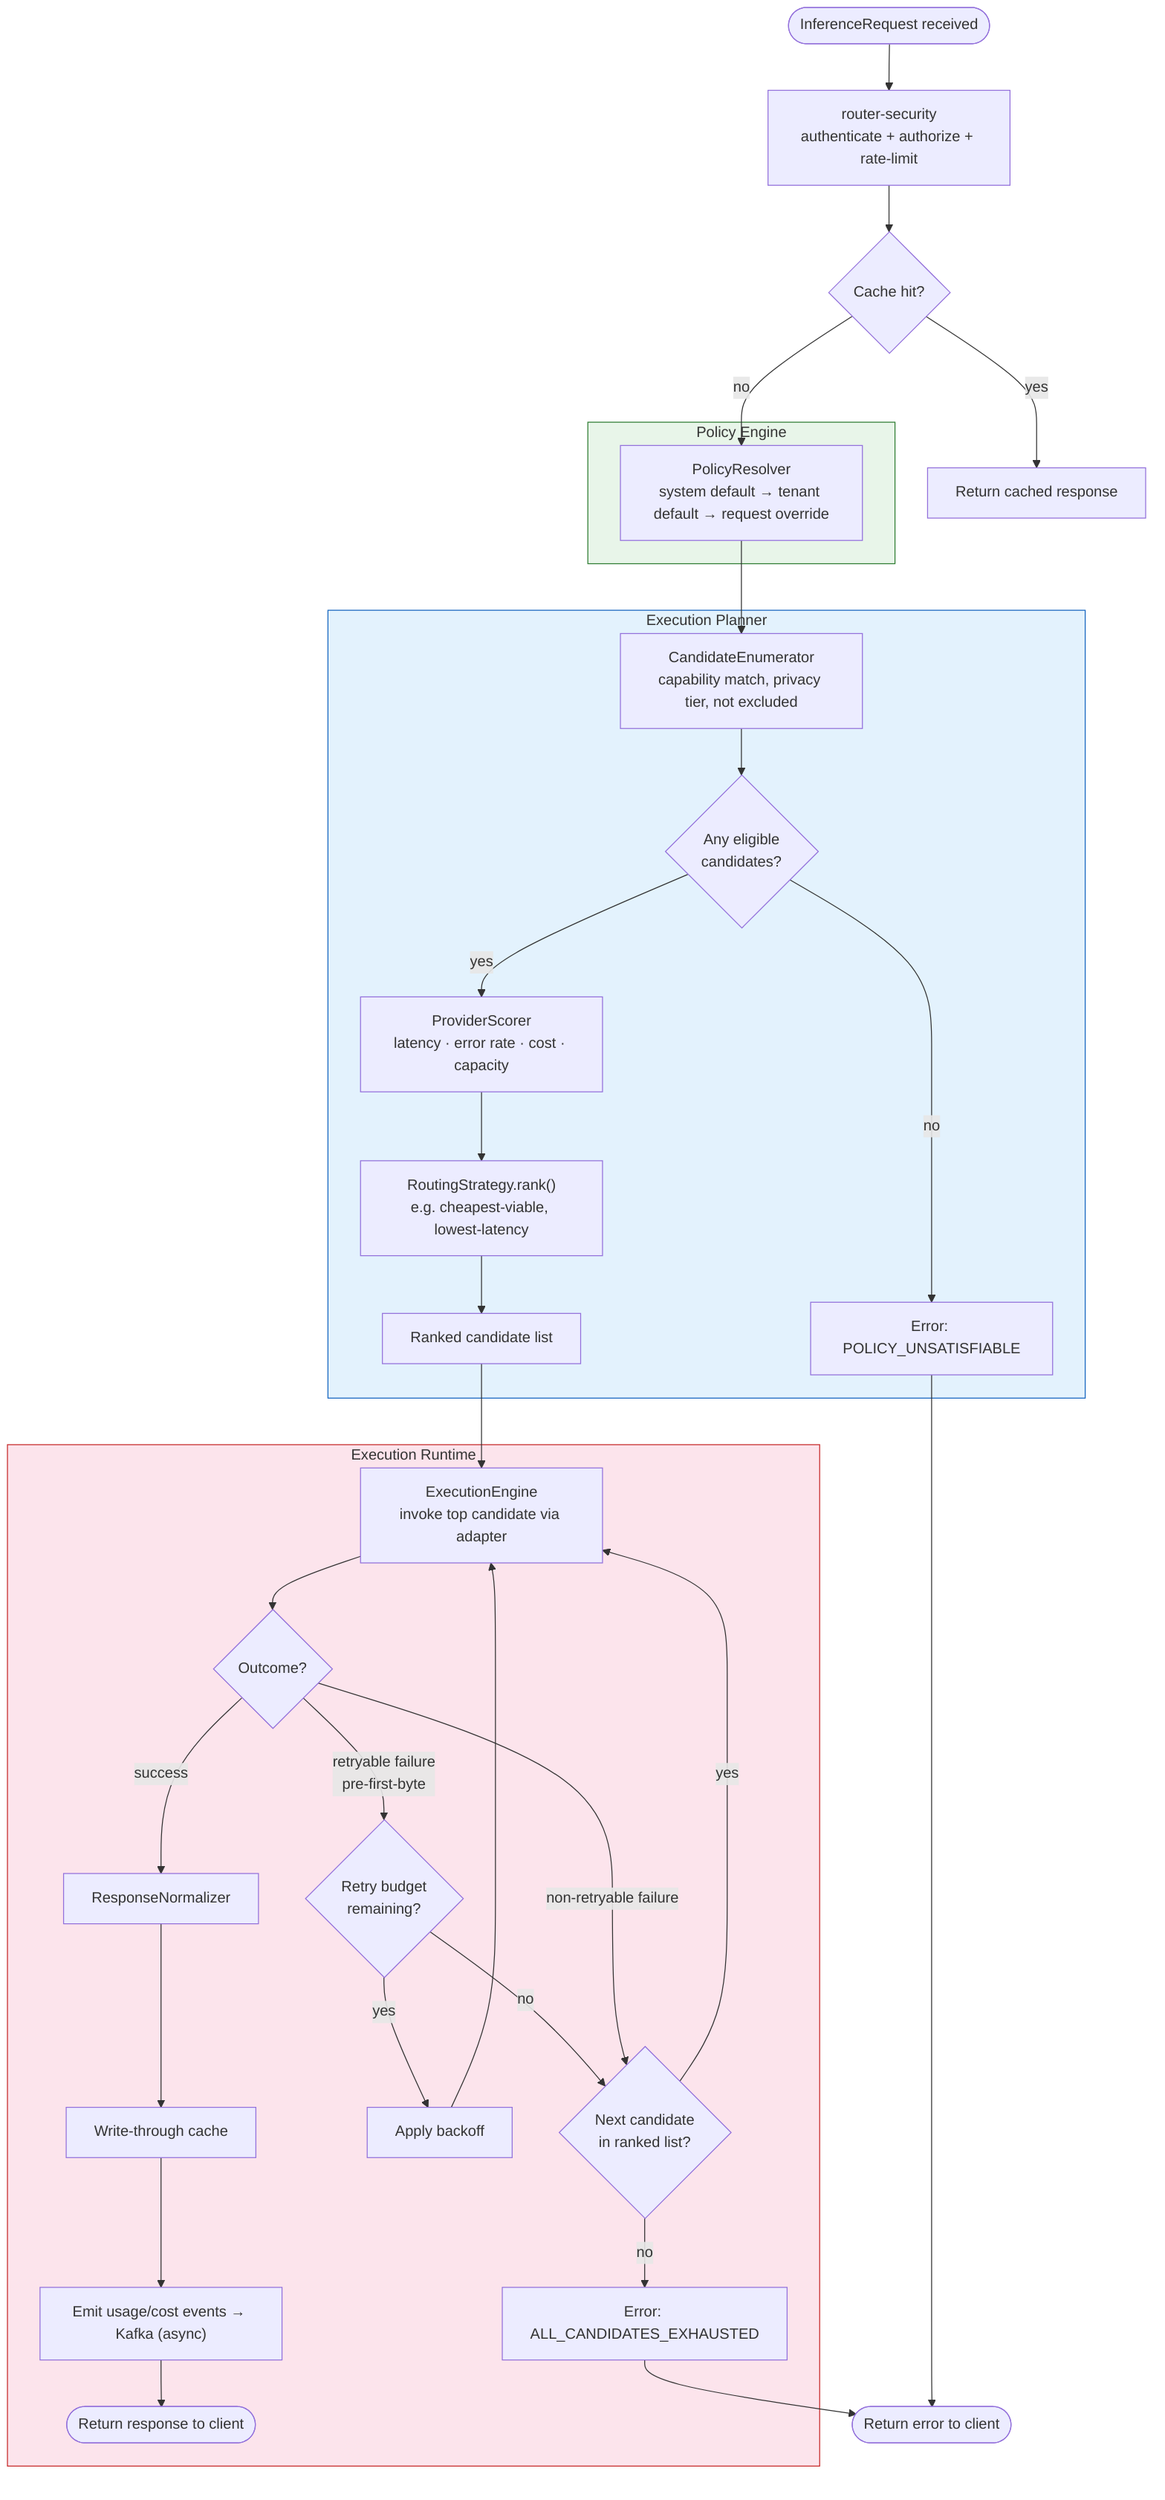
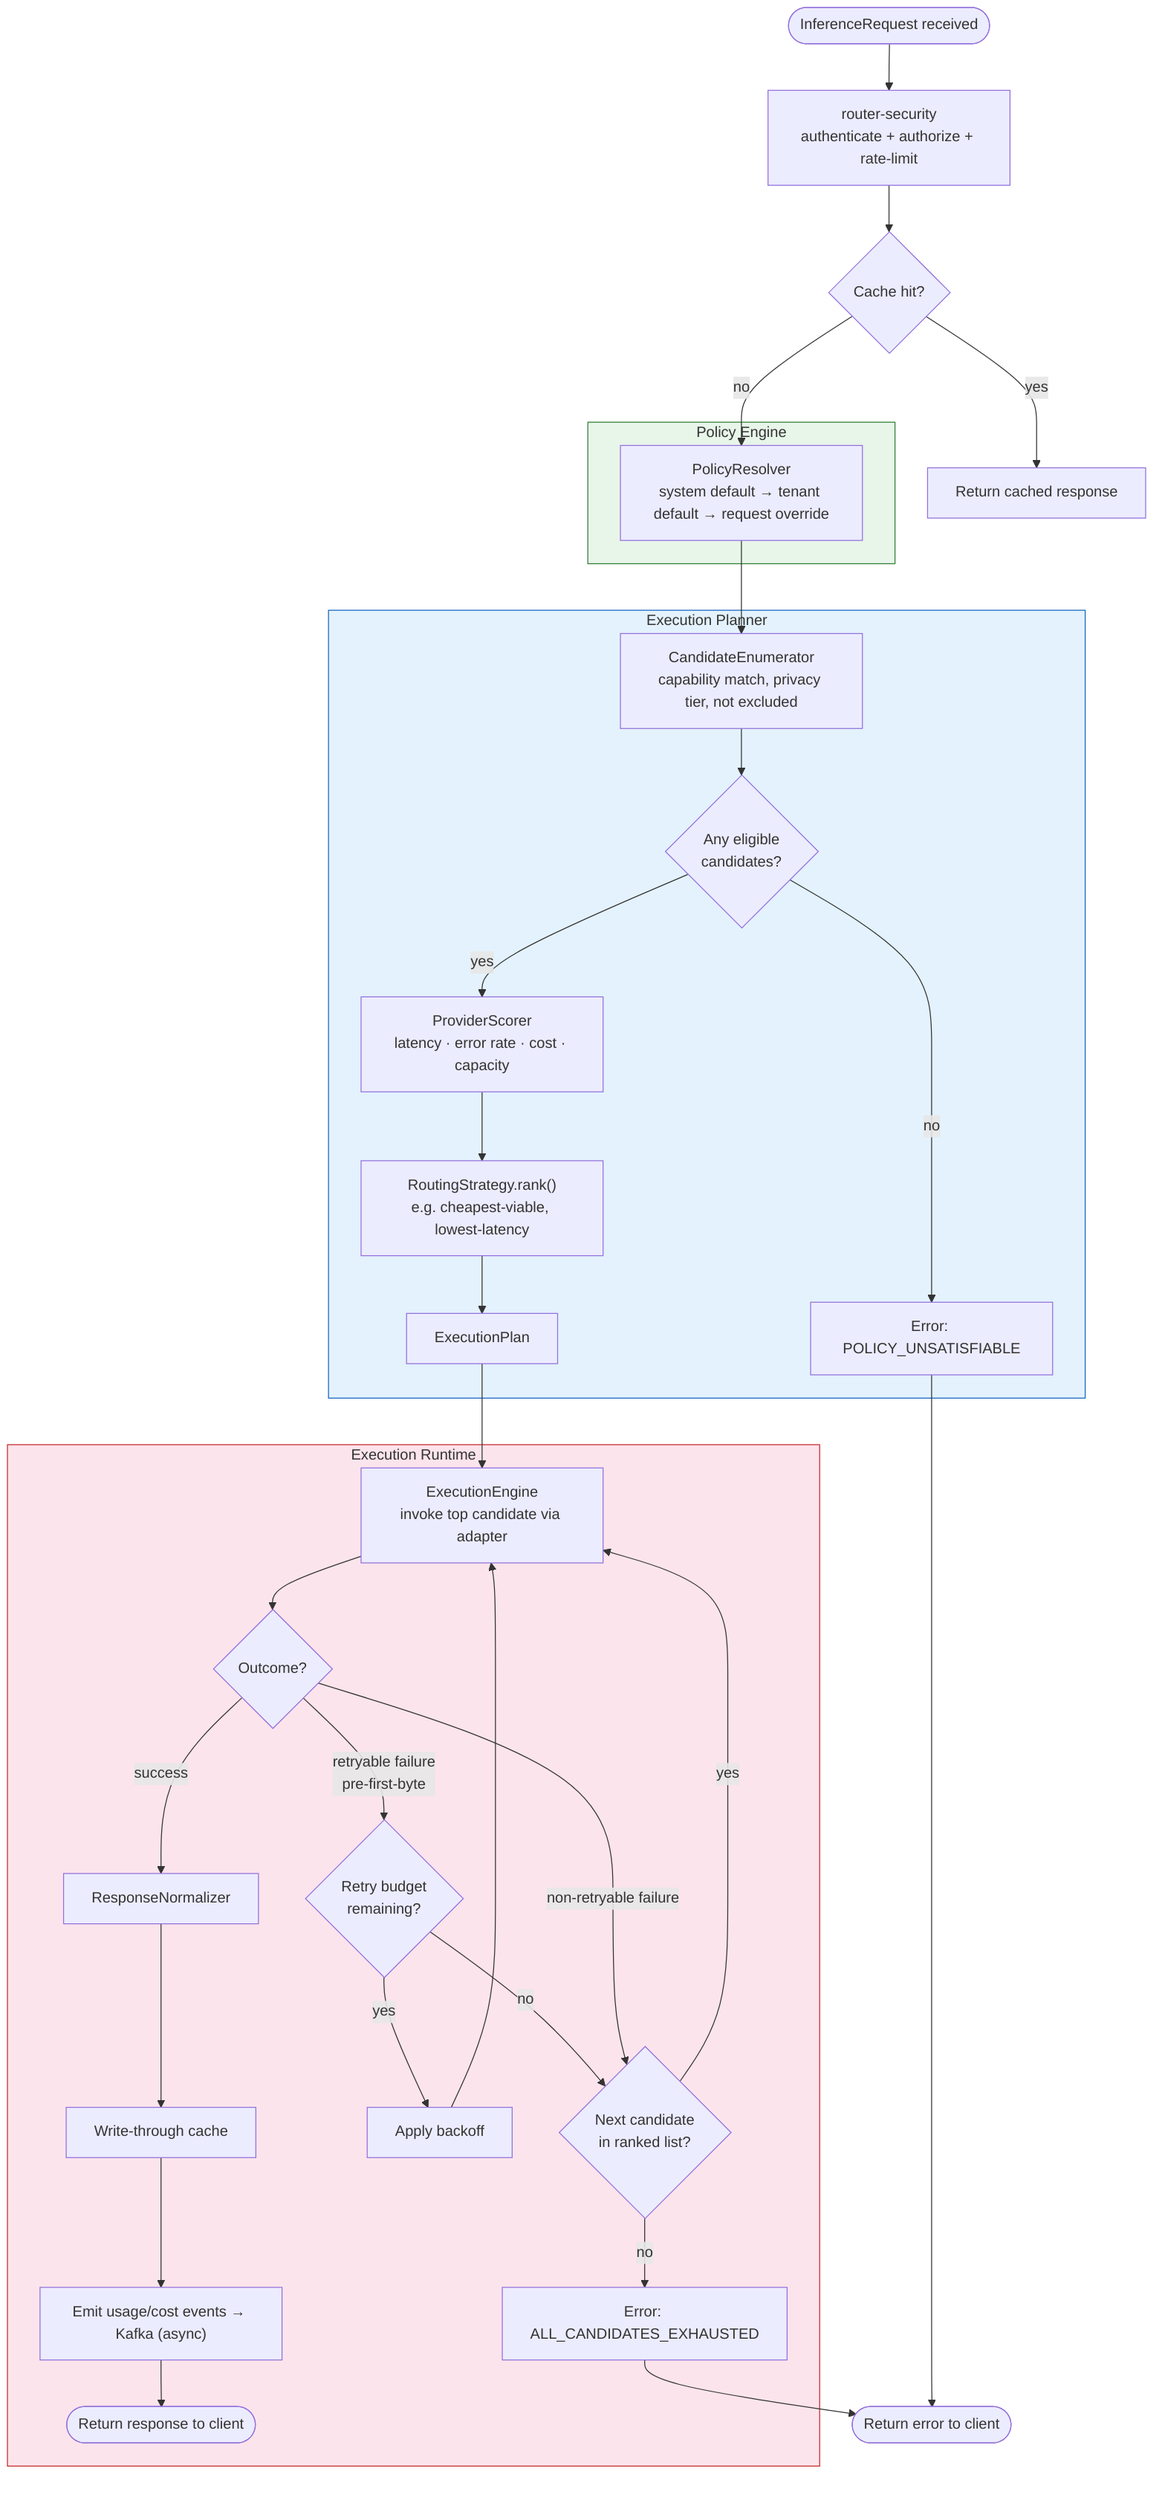
%% Routing Flow — ModelRouter Core Pipeline (decomposed subsystems)
flowchart TD
    Start([InferenceRequest received]) --> AuthCheck["router-security<br/>authenticate + authorize + rate-limit"]
    AuthCheck --> Cache{Cache hit?}
    Cache -- yes --> ReturnCached[Return cached response]
    Cache -- no --> PolicyEngine

    subgraph PE["Policy Engine"]
        PolicyEngine["PolicyResolver<br/>system default → tenant default → request override"]
    end

    PolicyEngine --> Planner

    subgraph EP["Execution Planner"]
        Planner["CandidateEnumerator<br/>capability match, privacy tier, not excluded"]
        Planner --> Eligible{Any eligible<br/>candidates?}
        Eligible -- no --> ErrUnsat["Error: POLICY_UNSATISFIABLE"]
        Eligible -- yes --> Score["ProviderScorer<br/>latency · error rate · cost · capacity"]
        Score --> Strategy["RoutingStrategy.rank()<br/>e.g. cheapest-viable, lowest-latency"]
-         Strategy --> Ranked[Ranked candidate list]
+         Strategy --> Ranked[ExecutionPlan]
    end

    Ranked --> Runtime

    subgraph ER["Execution Runtime"]
        Runtime["ExecutionEngine<br/>invoke top candidate via adapter"]
        Runtime --> Outcome{Outcome?}

        Outcome -- success --> Normalize[ResponseNormalizer]
        Normalize --> WriteCache[Write-through cache]
        WriteCache --> EmitEvents["Emit usage/cost events → Kafka (async)"]
        EmitEvents --> Return([Return response to client])

        Outcome -- "retryable failure<br/>pre-first-byte" --> RetryCheck{Retry budget<br/>remaining?}
        RetryCheck -- yes --> Backoff[Apply backoff] --> Runtime
        RetryCheck -- no --> NextCandidate{Next candidate<br/>in ranked list?}

        Outcome -- non-retryable failure --> NextCandidate
        NextCandidate -- yes --> Runtime
        NextCandidate -- no --> ErrExhausted["Error: ALL_CANDIDATES_EXHAUSTED"]
    end

    ErrUnsat --> ReturnErr([Return error to client])
    ErrExhausted --> ReturnErr

    style PE fill:#e8f5e9,stroke:#2e7d32
    style EP fill:#e3f2fd,stroke:#1565c0
    style ER fill:#fce4ec,stroke:#c62828
